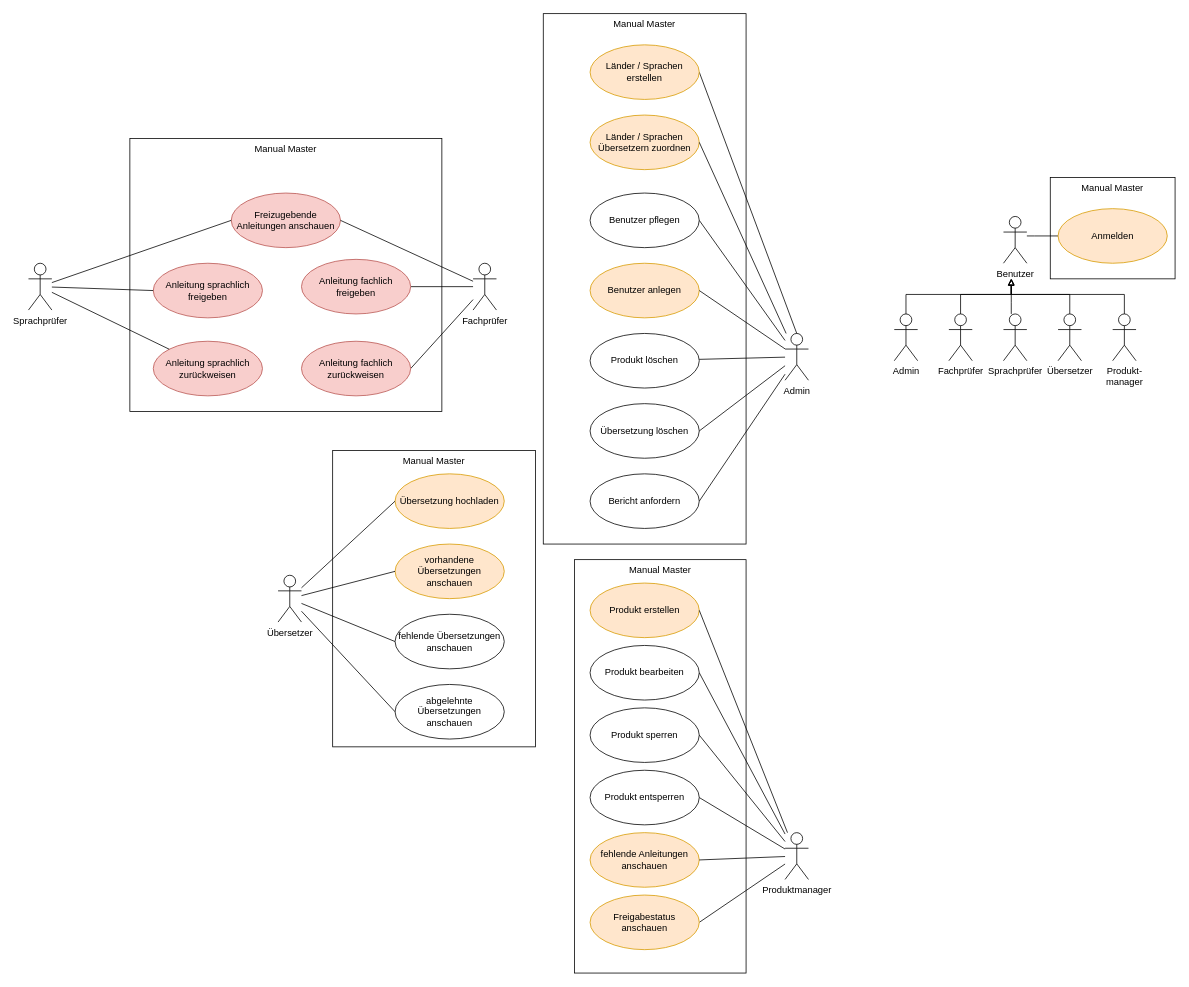
Earlier version of the draw.io diagram Anleitung_UseCase.drawio (Schubert-Tom/Manual-Master). Source tidied: cells renumbered, new cells numbered last; positions are measured from the earlier drawing's top-left corner, leaving out a move shared by most shapes. Both pictures are drawn from the tidied source at 78%, with x=0, y=0 at pixel (28, 13).
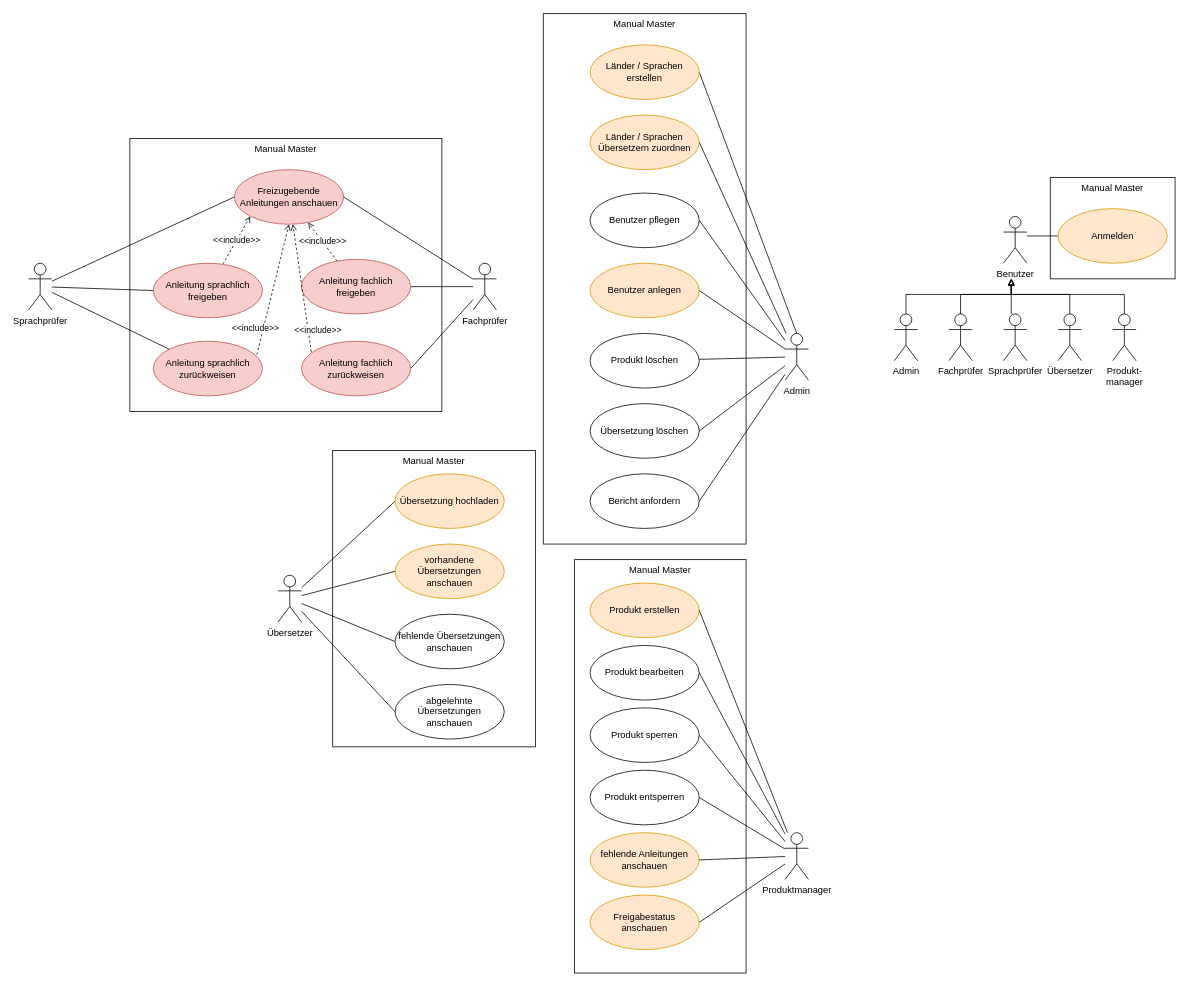
Above is the later version.

Commit message (it also covers changes not shown here):
Use Case updated

Unchanged cells that the change refers to:
```xml
<mxCell id="15" value="Anleitung sprachlich freigeben" style="ellipse;whiteSpace=wrap;html=1;fillColor=#f8cecc;strokeColor=#b85450;" parent="1" vertex="1">
  <mxGeometry x="160" y="320" width="140" height="70" as="geometry" />
</mxCell>
<mxCell id="16" value="Anleitung sprachlich zurückweisen" style="ellipse;whiteSpace=wrap;html=1;fillColor=#f8cecc;strokeColor=#b85450;" parent="1" vertex="1">
  <mxGeometry x="160" y="420" width="140" height="70" as="geometry" />
</mxCell>
<mxCell id="66" value="Anleitung fachlich freigeben" style="ellipse;whiteSpace=wrap;html=1;fillColor=#f8cecc;strokeColor=#b85450;" parent="1" vertex="1">
  <mxGeometry x="350" y="315" width="140" height="70" as="geometry" />
</mxCell>
<mxCell id="67" value="Anleitung fachlich zurückweisen" style="ellipse;whiteSpace=wrap;html=1;fillColor=#f8cecc;strokeColor=#b85450;" parent="1" vertex="1">
  <mxGeometry x="350" y="420" width="140" height="70" as="geometry" />
</mxCell>
```

The edit, as a diff of the source:
```diff
@@
     <mxCell id="14" value="Freizugebende Anleitungen anschauen" style="ellipse;whiteSpace=wrap;html=1;fillColor=#f8cecc;strokeColor=#b85450;" parent="1" vertex="1">
-      <mxGeometry x="260" y="230" width="140" height="70" as="geometry" />
+      <mxGeometry x="264" y="200" width="140" height="70" as="geometry" />
     </mxCell>
+    <mxCell id="70" value="&amp;lt;&amp;lt;include&amp;gt;&amp;gt;" style="rounded=0;jettySize=auto;html=1;entryX=0;entryY=1;entryDx=0;entryDy=0;strokeColor=#000000;dashed=1;endArrow=open;endFill=0;" parent="1" edge="1" source="15" target="14">
+      <mxGeometry relative="1" as="geometry" />
+    </mxCell>
@@
+    <mxCell id="71" value="&amp;lt;&amp;lt;include&amp;gt;&amp;gt;" style="edgeStyle=none;rounded=0;jettySize=auto;html=1;entryX=0.5;entryY=1;entryDx=0;entryDy=0;dashed=1;endArrow=open;endFill=0;strokeColor=#000000;exitX=0.938;exitY=0.329;exitDx=0;exitDy=0;exitPerimeter=0;" parent="1" edge="1" source="16" target="14">
+      <mxGeometry x="-0.57" y="10" relative="1" as="geometry" />
+    </mxCell>
@@
+    <mxCell id="72" value="&amp;lt;&amp;lt;include&amp;gt;&amp;gt;" style="edgeStyle=none;rounded=0;jettySize=auto;html=1;dashed=1;endArrow=open;endFill=0;strokeColor=#000000;" parent="1" edge="1" source="66" target="14">
+      <mxGeometry relative="1" as="geometry" />
+    </mxCell>
@@
+    <mxCell id="73" value="&amp;lt;&amp;lt;include&amp;gt;&amp;gt;" style="edgeStyle=none;rounded=0;jettySize=auto;html=1;dashed=1;endArrow=open;endFill=0;strokeColor=#000000;exitX=0.09;exitY=0.195;exitDx=0;exitDy=0;exitPerimeter=0;" parent="1" edge="1" source="67" target="14">
+      <mxGeometry x="-0.68" y="-12" relative="1" as="geometry" />
+    </mxCell>
```
